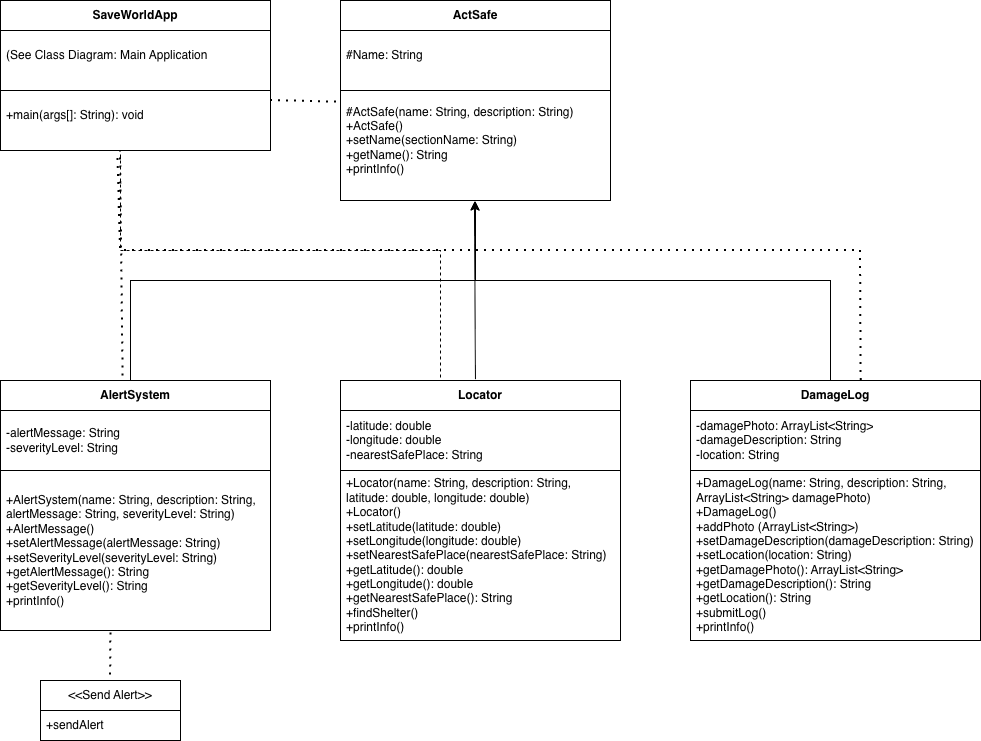
The draw.io diagram ActSafe.png in Namuun612/OOP2025, before a commit. Source tidied: cells renumbered, new cells last; positions are measured from the earlier drawing's top-left corner, leaving out a move shared by most shapes.
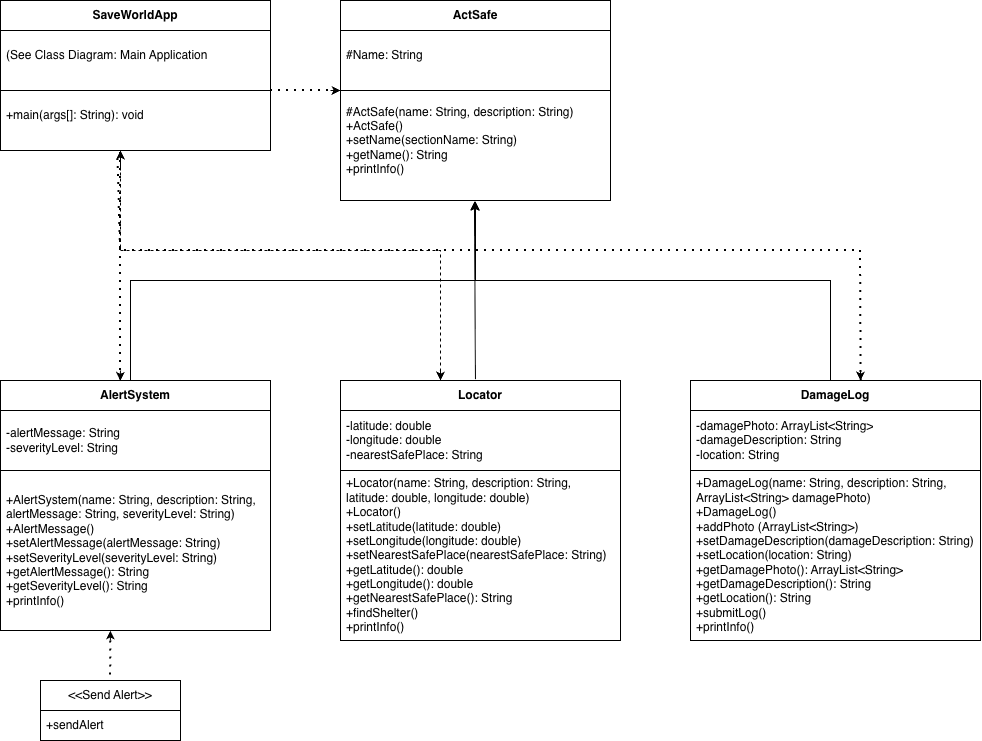
Later version of the same file.

What changed in the source:
```diff
@@ -91,13 +91,12 @@
     <mxCell id="27" value="&lt;b&gt;SaveWorldApp&lt;/b&gt;" style="swimlane;fontStyle=0;horizontal=1;startSize=30;whiteSpace=wrap;html=1;" parent="1" vertex="1">
       <mxGeometry width="270" height="90" as="geometry" />
     </mxCell>
-    <mxCell id="28" style="endArrow=none;dashed=1;html=1;dashPattern=1 3;strokeWidth=2;rounded=0;entryX=0.004;entryY=0.181;entryDx=0;entryDy=0;entryPerimeter=0;" parent="1" edge="1" target="4">
-      <mxGeometry relative="1" as="geometry">
-        <mxPoint x="270" y="100" as="sourcePoint" />
-      </mxGeometry>
+    <mxCell id="28" style="endArrow=none;dashed=1;html=1;dashPattern=1 3;strokeWidth=2;rounded=0;entryX=0;entryY=1;entryDx=0;entryDy=0;exitX=1;exitY=1;exitDx=0;exitDy=0;" parent="1" edge="1" source="27" target="5">
+      <mxGeometry relative="1" as="geometry" />
     </mxCell>
-    <mxCell id="29" style="endArrow=none;dashed=1;html=1;dashPattern=1 3;strokeWidth=2;rounded=0;exitX=0.454;exitY=-0.05;exitDx=0;exitDy=0;exitPerimeter=0;" parent="1" edge="1" source="9">
+    <mxCell id="29" style="endArrow=none;dashed=1;html=1;dashPattern=1 3;strokeWidth=2;rounded=0;" parent="1" edge="1">
       <mxGeometry relative="1" as="geometry">
+        <mxPoint x="120" y="370" as="sourcePoint" />
         <mxPoint x="120" y="150" as="targetPoint" />
       </mxGeometry>
     </mxCell>
@@ -120,5 +119,43 @@
         </Array>
       </mxGeometry>
     </mxCell>
+    <mxCell id="32" style="endArrow=classic;html=1;rounded=0;" parent="1" edge="1">
+      <mxGeometry relative="1" as="geometry">
+        <mxPoint x="120" y="160" as="sourcePoint" />
+        <mxPoint x="120" y="150" as="targetPoint" />
+        <Array as="points">
+          <mxPoint x="120" y="170" />
+        </Array>
+      </mxGeometry>
+    </mxCell>
+    <mxCell id="33" style="endArrow=classic;html=1;rounded=0;entryX=0.443;entryY=0.004;entryDx=0;entryDy=0;entryPerimeter=0;" parent="1" edge="1" target="9">
+      <mxGeometry relative="1" as="geometry">
+        <mxPoint x="120" y="370" as="sourcePoint" />
+      </mxGeometry>
+    </mxCell>
+    <mxCell id="34" style="endArrow=classic;html=1;rounded=0;entryX=0.443;entryY=0.004;entryDx=0;entryDy=0;entryPerimeter=0;" parent="1" edge="1">
+      <mxGeometry relative="1" as="geometry">
+        <mxPoint x="440" y="370" as="sourcePoint" />
+        <mxPoint x="440" y="380" as="targetPoint" />
+      </mxGeometry>
+    </mxCell>
+    <mxCell id="35" style="endArrow=classic;html=1;rounded=0;entryX=0.443;entryY=0.004;entryDx=0;entryDy=0;entryPerimeter=0;" parent="1" edge="1">
+      <mxGeometry relative="1" as="geometry">
+        <mxPoint x="860" y="370" as="sourcePoint" />
+        <mxPoint x="860" y="380" as="targetPoint" />
+      </mxGeometry>
+    </mxCell>
+    <mxCell id="36" style="endArrow=classic;html=1;rounded=0;" parent="1" edge="1">
+      <mxGeometry relative="1" as="geometry">
+        <mxPoint x="330" y="90" as="sourcePoint" />
+        <mxPoint x="340" y="90" as="targetPoint" />
+      </mxGeometry>
+    </mxCell>
+    <mxCell id="37" style="endArrow=classic;html=1;rounded=0;" parent="1" edge="1">
+      <mxGeometry relative="1" as="geometry">
+        <mxPoint x="109.9" y="640" as="sourcePoint" />
+        <mxPoint x="109.9" y="630" as="targetPoint" />
+      </mxGeometry>
+    </mxCell>
   </root>
 </mxGraphModel>
```
